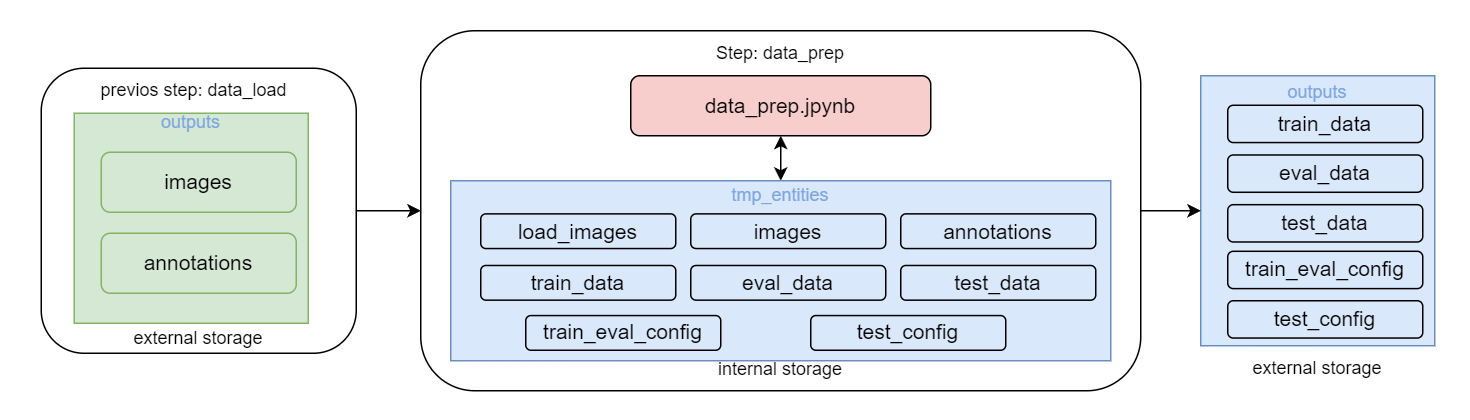
The draw.io diagram imgs/data_prep_inteface.drawio.png in 4-DS/obj_detect_rest-data_prep, before a commit. Source tidied: cells renumbered, new cells last; positions are measured from the earlier drawing's top-left corner, leaving out a move shared by most shapes.
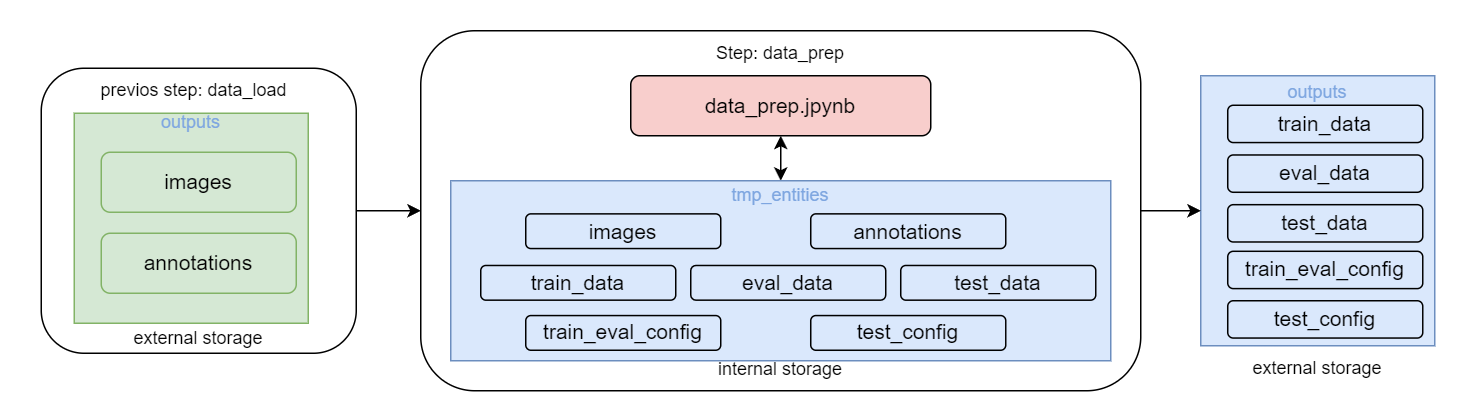
Above is the later version.

What changed in the source:
```diff
@@ -27,14 +27,11 @@
       <mxGeometry width="440" height="120" as="geometry" />
     </mxCell>
     <mxCell id="10" value="&lt;font style=&quot;font-size: 14px;&quot;&gt;images&lt;/font&gt;" style="rounded=1;whiteSpace=wrap;html=1;fillColor=#dae8fc;strokeColor=#000000;strokeWidth=1;" parent="8" vertex="1">
-      <mxGeometry x="160" y="22.1" width="130" height="23.1" as="geometry" />
+      <mxGeometry x="50" y="22.1" width="130" height="23.1" as="geometry" />
     </mxCell>
     <mxCell id="11" value="&lt;font style=&quot;font-size: 14px;&quot;&gt;annotations&lt;/font&gt;" style="rounded=1;whiteSpace=wrap;html=1;fillColor=#dae8fc;strokeColor=#000000;strokeWidth=1;" parent="8" vertex="1">
-      <mxGeometry x="300" y="22.1" width="130" height="23.1" as="geometry" />
+      <mxGeometry x="240" y="22.1" width="130" height="23.1" as="geometry" />
     </mxCell>
-    <mxCell id="12" value="&lt;font style=&quot;font-size: 14px;&quot;&gt;load_images&lt;/font&gt;" style="rounded=1;whiteSpace=wrap;html=1;fillColor=#dae8fc;strokeColor=#000000;strokeWidth=1;" parent="8" vertex="1">
-      <mxGeometry x="20" y="22.1" width="130" height="23.1" as="geometry" />
-    </mxCell>
     <mxCell id="13" value="&lt;font style=&quot;font-size: 14px;&quot;&gt;eval_data&lt;/font&gt;" style="rounded=1;whiteSpace=wrap;html=1;fillColor=#dae8fc;strokeColor=#000000;strokeWidth=1;" parent="8" vertex="1">
       <mxGeometry x="160" y="56.5" width="130" height="23.1" as="geometry" />
     </mxCell>
```
